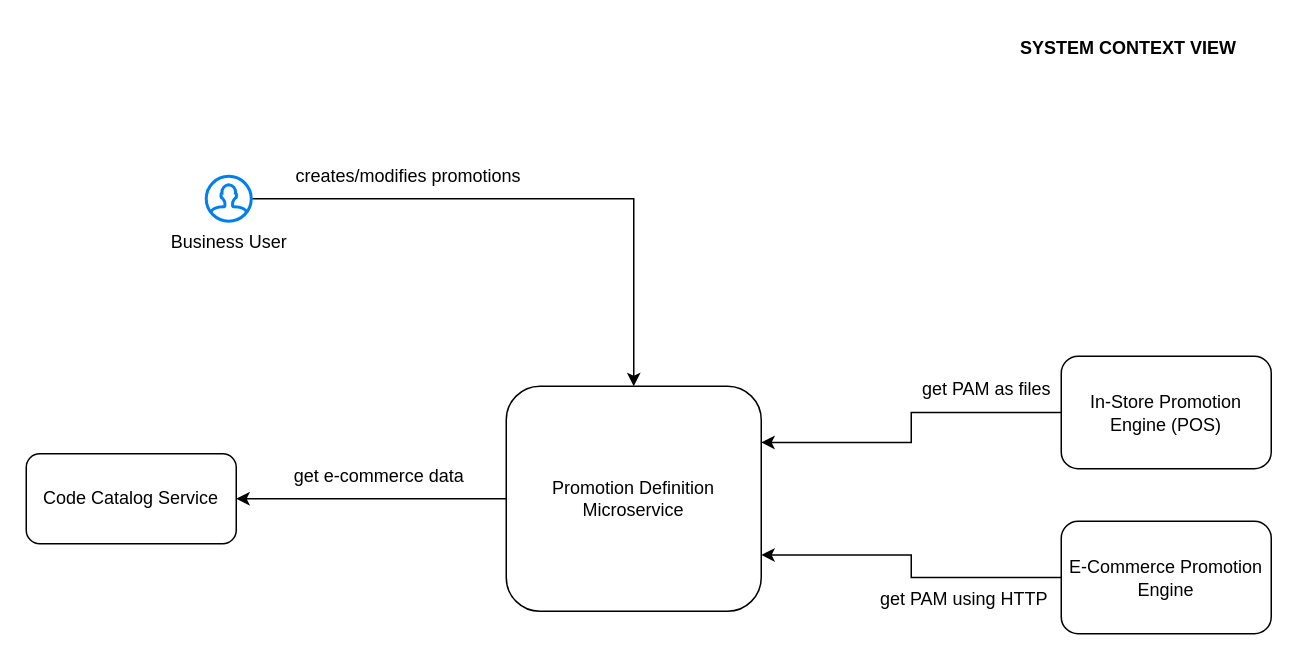
Earlier version of the draw.io diagram page "System Context View" (2 of 6) of diagrams/pd-c4-context.drawio (swaaminathanm/software-architecture-presentation). Source tidied: cells renumbered, new cells numbered last; positions are measured from the earlier drawing's top-left corner, leaving out a move shared by most shapes. Both pictures are drawn from the tidied source at 150%, with x=0, y=0 at pixel (26, 26).
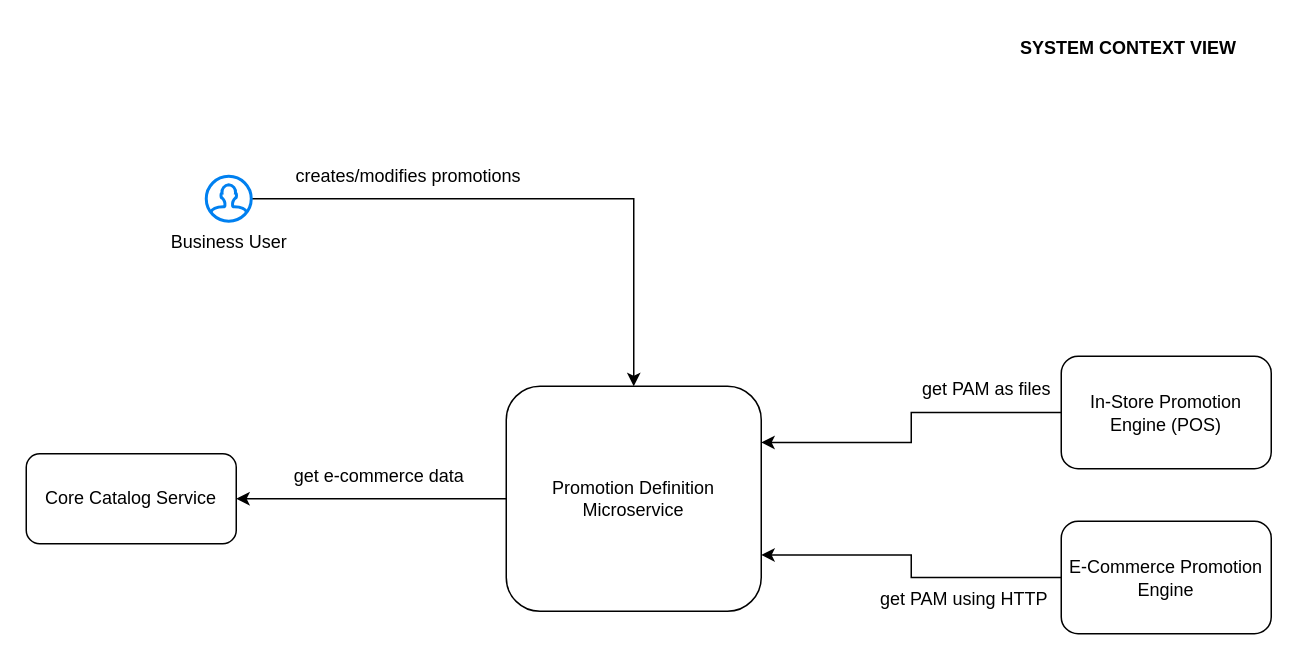
Above is the later version.

What changed in the source:
```diff
@@
 <mxGraphModel>
   <root>
     <mxCell id="0" />
     <mxCell id="1" parent="0" />
     <mxCell id="2" style="edgeStyle=orthogonalEdgeStyle;rounded=0;jettySize=auto;html=1;entryX=1;entryY=0.5;entryDx=0;entryDy=0;" parent="1" edge="1" source="3" target="7">
       <mxGeometry relative="1" as="geometry" />
     </mxCell>
     <mxCell id="3" value="Promotion Definition Microservice" style="rounded=1;whiteSpace=wrap;html=1;" parent="1" vertex="1">
       <mxGeometry x="320" y="240" width="170" height="150" as="geometry" />
     </mxCell>
     <mxCell id="4" style="edgeStyle=orthogonalEdgeStyle;rounded=0;jettySize=auto;html=1;" parent="1" edge="1" source="5" target="3">
       <mxGeometry relative="1" as="geometry" />
     </mxCell>
     <mxCell id="5" value="Business User" style="html=1;verticalLabelPosition=bottom;align=center;labelBackgroundColor=#ffffff;verticalAlign=top;strokeWidth=2;strokeColor=#0080F0;fillColor=#ffffff;shadow=0;dashed=0;shape=mxgraph.ios7.icons.user;" parent="1" vertex="1">
       <mxGeometry x="120" y="100" width="30" height="30" as="geometry" />
     </mxCell>
     <mxCell id="6" value="creates/modifies promotions" style="text;html=1;strokeColor=none;fillColor=none;align=center;verticalAlign=middle;whiteSpace=wrap;rounded=0;" parent="1" vertex="1">
       <mxGeometry x="170" y="90" width="170" height="20" as="geometry" />
     </mxCell>
-    <mxCell id="7" value="Code Catalog Service" style="rounded=1;whiteSpace=wrap;html=1;align=center;" parent="1" vertex="1">
+    <mxCell id="7" value="Core Catalog Service" style="rounded=1;whiteSpace=wrap;html=1;align=center;" parent="1" vertex="1">
       <mxGeometry y="285" width="140" height="60" as="geometry" />
     </mxCell>
     <mxCell id="8" value="get e-commerce data" style="text;html=1;align=center;verticalAlign=middle;" parent="1" vertex="1">
       <mxGeometry x="170" y="290" width="130" height="20" as="geometry" />
     </mxCell>
     <mxCell id="9" style="edgeStyle=orthogonalEdgeStyle;rounded=0;jettySize=auto;html=1;entryX=1;entryY=0.25;entryDx=0;entryDy=0;" parent="1" edge="1" source="10" target="3">
       <mxGeometry relative="1" as="geometry" />
     </mxCell>
     <mxCell id="10" value="In-Store Promotion Engine (POS)" style="rounded=1;whiteSpace=wrap;html=1;align=center;" parent="1" vertex="1">
       <mxGeometry x="690" y="220" width="140" height="75" as="geometry" />
     </mxCell>
     <mxCell id="11" value="get PAM as files" style="text;html=1;align=center;verticalAlign=middle;" parent="1" vertex="1">
       <mxGeometry x="590" y="232" width="100" height="20" as="geometry" />
     </mxCell>
     <mxCell id="12" value="get PAM using HTTP" style="text;html=1;align=center;verticalAlign=middle;" parent="1" vertex="1">
       <mxGeometry x="560" y="372" width="130" height="20" as="geometry" />
     </mxCell>
     <mxCell id="13" style="edgeStyle=orthogonalEdgeStyle;rounded=0;jettySize=auto;html=1;entryX=1;entryY=0.75;entryDx=0;entryDy=0;" parent="1" edge="1" source="14" target="3">
       <mxGeometry relative="1" as="geometry" />
     </mxCell>
     <mxCell id="14" value="E-Commerce Promotion Engine" style="rounded=1;whiteSpace=wrap;html=1;align=center;" parent="1" vertex="1">
       <mxGeometry x="690" y="330" width="140" height="75" as="geometry" />
     </mxCell>
     <mxCell id="15" value="SYSTEM CONTEXT VIEW" style="text;html=1;strokeColor=none;fillColor=none;align=center;verticalAlign=middle;whiteSpace=wrap;rounded=0;fontStyle=1;" parent="1" vertex="1">
       <mxGeometry x="630" width="210" height="30" as="geometry" />
     </mxCell>
   </root>
 </mxGraphModel>
```
